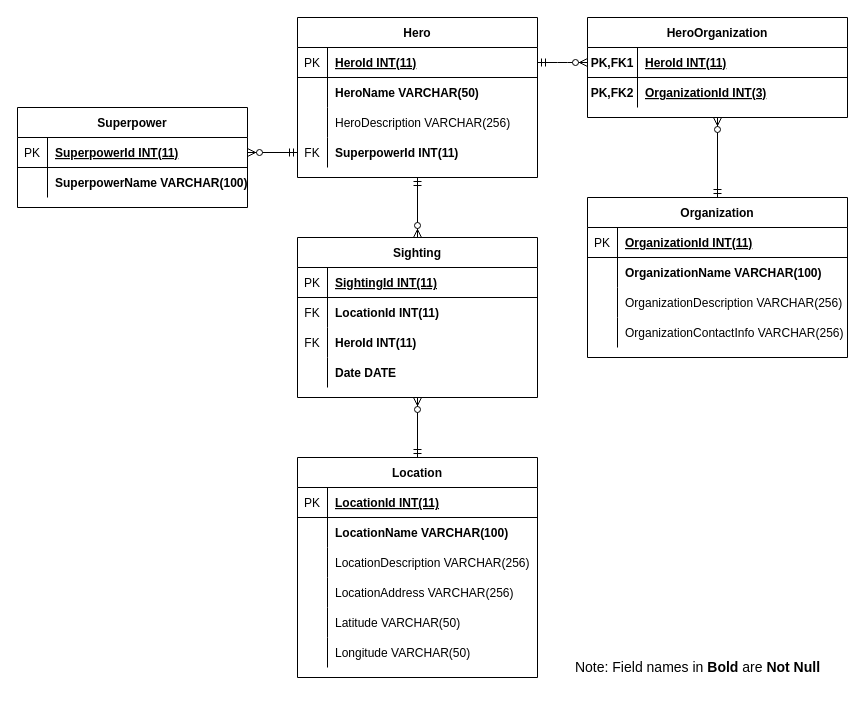
Before: softwareGuild/lesson4.4.1/project/DmitryVolodkevich-SuperheroERD.drawio in dmitryvolodk/Unicorn, a draw.io diagram. Source tidied: cells renumbered, new cells numbered last; positions are measured from the earlier drawing's top-left corner, leaving out a move shared by most shapes. Both pictures are drawn from the tidied source at 100%, with x=0, y=0 at pixel (17, 17).
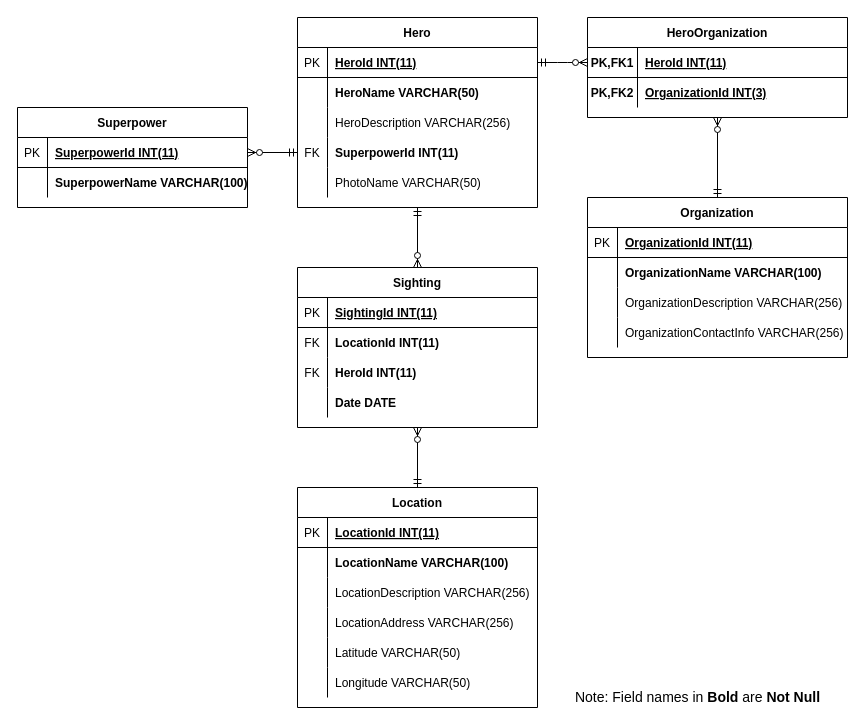
The same page after the edit.

Change to the diagram source:
```diff
@@
     <mxCell id="9" value="Hero" style="shape=table;startSize=30;childLayout=tableLayout;rowLines=0;fontStyle=1;align=center;" parent="1" vertex="1">
-      <mxGeometry x="280" width="240" height="160" as="geometry" />
+      <mxGeometry x="280" width="240" height="190" as="geometry" />
     </mxCell>
@@
+    <mxCell id="80" style="shape=partialRectangle;fillColor=none;top=0;left=0;right=0;bottom=0;" parent="9" vertex="1">
+      <mxGeometry y="150" width="240" height="30" as="geometry" />
+    </mxCell>
+    <mxCell id="81" style="shape=partialRectangle;overflow=hidden;fillColor=none;top=0;left=0;bottom=0;right=0;" parent="80" vertex="1">
+      <mxGeometry width="30" height="30" as="geometry" />
+    </mxCell>
+    <mxCell id="82" value="PhotoName VARCHAR(50)" style="shape=partialRectangle;overflow=hidden;fillColor=none;top=0;left=0;bottom=0;right=0;align=left;spacingLeft=6;fontStyle=0;" parent="80" vertex="1">
+      <mxGeometry x="30" width="210" height="30" as="geometry" />
+    </mxCell>
     <mxCell id="22" value="Location" style="shape=table;startSize=30;childLayout=tableLayout;rowLines=0;fontStyle=1;align=center;" parent="1" vertex="1">
-      <mxGeometry x="280" y="440" width="240" height="220" as="geometry" />
+      <mxGeometry x="280" y="470" width="240" height="220" as="geometry" />
     </mxCell>
@@
     <mxCell id="66" value="&lt;font style=&quot;font-size: 14px&quot;&gt;Note: Field names in &lt;b&gt;Bold&lt;/b&gt; are &lt;b&gt;Not Null&lt;/b&gt;&lt;/font&gt;" style="text;html=1;align=center;verticalAlign=middle;strokeColor=none;" parent="1" vertex="1">
-      <mxGeometry x="550" y="640" width="260" height="20" as="geometry" />
+      <mxGeometry x="550" y="670" width="260" height="20" as="geometry" />
     </mxCell>
     <mxCell id="67" value="Sighting" style="shape=table;startSize=30;childLayout=tableLayout;rowLines=0;fontStyle=1;align=center;" parent="1" vertex="1">
-      <mxGeometry x="280" y="220" width="240" height="160" as="geometry" />
+      <mxGeometry x="280" y="250" width="240" height="160" as="geometry" />
     </mxCell>
```
